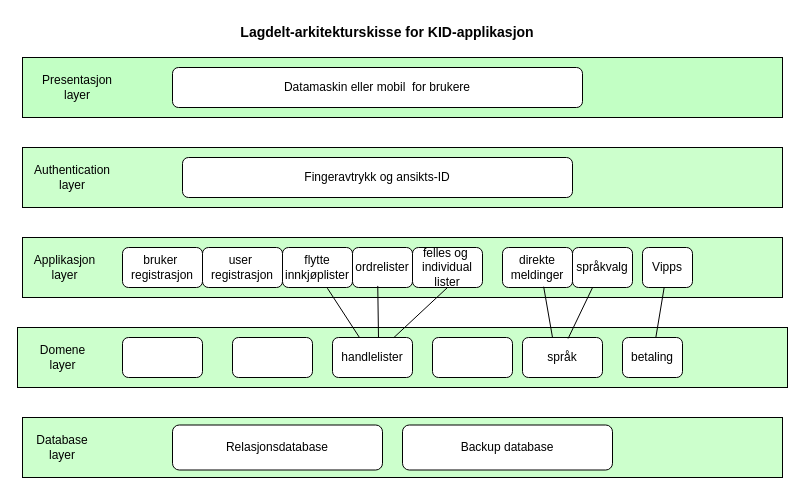
The draw.io diagram page "Page-2" (2 of 2) of Untitled Diagram.drawio in tungno/Vaanpi-Pa, before the edit. Source tidied: cells renumbered, new cells numbered last; positions are measured from the earlier drawing's top-left corner, leaving out a move shared by most shapes. Both pictures are drawn from the tidied source at 100%, with x=0, y=0 at pixel (17, 17).
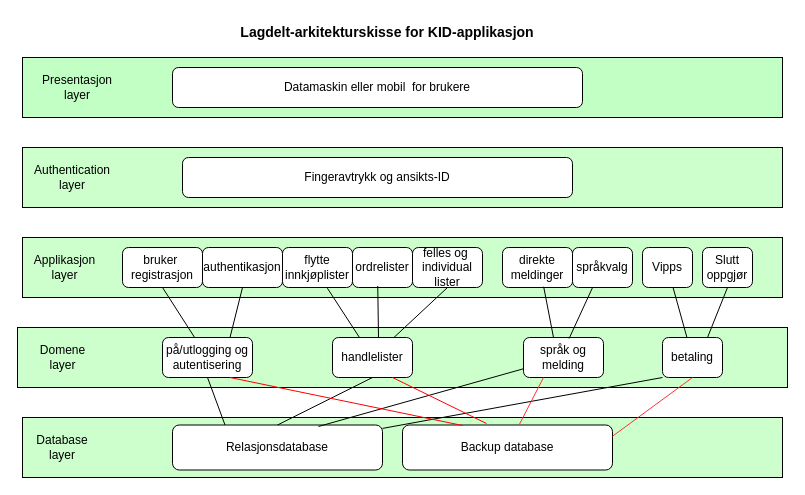
The same page after the edit.

Unchanged cells that the change refers to:
```xml
<mxCell id="11" value="bruker&amp;nbsp;&lt;br&gt;registrasjon" style="rounded=1;whiteSpace=wrap;html=1;" parent="1" vertex="1">
  <mxGeometry x="105" y="230" width="80" height="40" as="geometry" />
</mxCell>
<mxCell id="23" value="handlelister" style="rounded=1;whiteSpace=wrap;html=1;" parent="1" vertex="1">
  <mxGeometry x="315" y="320" width="80" height="40" as="geometry" />
</mxCell>
<mxCell id="28" value="Relasjonsdatabase" style="rounded=1;whiteSpace=wrap;html=1;" parent="1" vertex="1">
  <mxGeometry x="155" y="407.5" width="210" height="45" as="geometry" />
</mxCell>
<mxCell id="29" value="Backup database" style="rounded=1;whiteSpace=wrap;html=1;" parent="1" vertex="1">
  <mxGeometry x="385" y="407.5" width="210" height="45" as="geometry" />
</mxCell>
```

Diff of the diagram source:
```diff
@@
-    <mxCell id="17" value="user&amp;nbsp;&lt;br&gt;registrasjon" style="rounded=1;whiteSpace=wrap;html=1;" parent="1" vertex="1">
+    <mxCell id="17" value="authentikasjon" style="rounded=1;whiteSpace=wrap;html=1;" parent="1" vertex="1">
       <mxGeometry x="185" y="230" width="80" height="40" as="geometry" />
     </mxCell>
@@
-    <mxCell id="22" style="rounded=1;whiteSpace=wrap;html=1;" parent="1" vertex="1">
-      <mxGeometry x="105" y="320" width="80" height="40" as="geometry" />
+    <mxCell id="22" value="på/utlogging og&lt;br&gt;autentisering" style="rounded=1;whiteSpace=wrap;html=1;" parent="1" vertex="1">
+      <mxGeometry x="145" y="320" width="90" height="40" as="geometry" />
     </mxCell>
@@
-    <mxCell id="24" style="rounded=1;whiteSpace=wrap;html=1;" parent="1" vertex="1">
-      <mxGeometry x="415" y="320" width="80" height="40" as="geometry" />
-    </mxCell>
-    <mxCell id="25" value="språk" style="rounded=1;whiteSpace=wrap;html=1;" parent="1" vertex="1">
-      <mxGeometry x="505" y="320" width="80" height="40" as="geometry" />
+    <mxCell id="25" value="språk og&lt;br&gt;melding" style="rounded=1;whiteSpace=wrap;html=1;" parent="1" vertex="1">
+      <mxGeometry x="506" y="320" width="80" height="40" as="geometry" />
     </mxCell>
     <mxCell id="26" value="betaling" style="rounded=1;whiteSpace=wrap;html=1;" parent="1" vertex="1">
-      <mxGeometry x="605" y="320" width="60" height="40" as="geometry" />
+      <mxGeometry x="645" y="320" width="60" height="40" as="geometry" />
     </mxCell>
-    <mxCell id="27" style="rounded=1;whiteSpace=wrap;html=1;" parent="1" vertex="1">
-      <mxGeometry x="215" y="320" width="80" height="40" as="geometry" />
-    </mxCell>
@@
+    <mxCell id="37" value="Slutt&lt;br&gt;oppgjør" style="rounded=1;whiteSpace=wrap;html=1;" parent="1" vertex="1">
+      <mxGeometry x="685" y="230" width="50" height="40" as="geometry" />
+    </mxCell>
+    <mxCell id="38" style="endArrow=none;html=1;rounded=0;entryX=0.5;entryY=1;entryDx=0;entryDy=0;exitX=0.75;exitY=0;exitDx=0;exitDy=0;" parent="1" edge="1" source="26" target="37">
+      <mxGeometry relative="1" as="geometry" />
+    </mxCell>
+    <mxCell id="39" style="endArrow=none;html=1;rounded=0;entryX=0.5;entryY=1;entryDx=0;entryDy=0;exitX=0.75;exitY=0;exitDx=0;exitDy=0;" parent="1" edge="1" source="22" target="17">
+      <mxGeometry relative="1" as="geometry" />
+    </mxCell>
+    <mxCell id="40" style="endArrow=none;html=1;rounded=0;entryX=0.5;entryY=1;entryDx=0;entryDy=0;" parent="1" edge="1" source="22" target="11">
+      <mxGeometry relative="1" as="geometry" />
+    </mxCell>
+    <mxCell id="41" style="endArrow=none;html=1;rounded=0;entryX=0.5;entryY=1;entryDx=0;entryDy=0;exitX=0.5;exitY=0;exitDx=0;exitDy=0;" parent="1" edge="1" source="28" target="23">
+      <mxGeometry relative="1" as="geometry" />
+    </mxCell>
+    <mxCell id="42" style="endArrow=none;html=1;rounded=0;entryX=0.5;entryY=1;entryDx=0;entryDy=0;exitX=0.25;exitY=0;exitDx=0;exitDy=0;" parent="1" edge="1" source="28" target="22">
+      <mxGeometry relative="1" as="geometry" />
+    </mxCell>
+    <mxCell id="43" style="endArrow=none;html=1;rounded=0;exitX=0.695;exitY=0.033;exitDx=0;exitDy=0;exitPerimeter=0;" parent="1" edge="1" source="28" target="25">
+      <mxGeometry relative="1" as="geometry" />
+    </mxCell>
+    <mxCell id="44" style="endArrow=none;html=1;rounded=0;entryX=0;entryY=1;entryDx=0;entryDy=0;" parent="1" edge="1" source="28" target="26">
+      <mxGeometry relative="1" as="geometry" />
+    </mxCell>
+    <mxCell id="45" style="endArrow=none;html=1;rounded=0;entryX=0.75;entryY=1;entryDx=0;entryDy=0;exitX=0.286;exitY=0.011;exitDx=0;exitDy=0;exitPerimeter=0;fillColor=#FF99CC;strokeColor=#FF0000;" parent="1" edge="1" source="29" target="22">
+      <mxGeometry relative="1" as="geometry" />
+    </mxCell>
+    <mxCell id="46" style="endArrow=none;html=1;rounded=0;entryX=0.75;entryY=1;entryDx=0;entryDy=0;exitX=0.4;exitY=-0.033;exitDx=0;exitDy=0;exitPerimeter=0;fillColor=#FF99CC;strokeColor=#FF0000;" parent="1" edge="1" source="29" target="23">
+      <mxGeometry relative="1" as="geometry" />
+    </mxCell>
+    <mxCell id="47" style="endArrow=none;html=1;rounded=0;entryX=0.25;entryY=1;entryDx=0;entryDy=0;fillColor=#FF99CC;strokeColor=#FF3333;" parent="1" edge="1" source="29" target="25">
+      <mxGeometry relative="1" as="geometry" />
+    </mxCell>
+    <mxCell id="48" style="endArrow=none;html=1;rounded=0;entryX=0.5;entryY=1;entryDx=0;entryDy=0;exitX=1;exitY=0.25;exitDx=0;exitDy=0;fillColor=#FF99CC;strokeColor=#FF3333;" parent="1" edge="1" source="29" target="26">
+      <mxGeometry relative="1" as="geometry" />
+    </mxCell>
```
